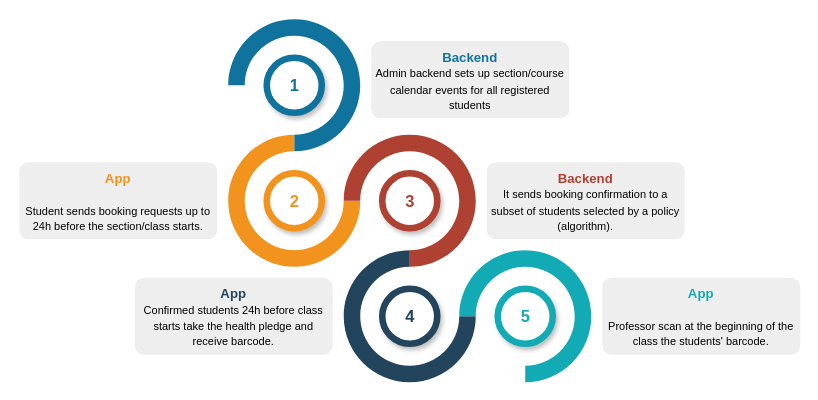
Before: page "flow" (2 of 2) of lectures/ai-systems/going-back-to-work/images/going-back-to-work.drawio in pantelis/aiml-common, a draw.io diagram. Source tidied: cells renumbered, new cells numbered last; positions are measured from the earlier drawing's top-left corner, leaving out a move shared by most shapes. Both pictures are drawn from the tidied source at 110%, with x=0, y=0 at pixel (19, 19).
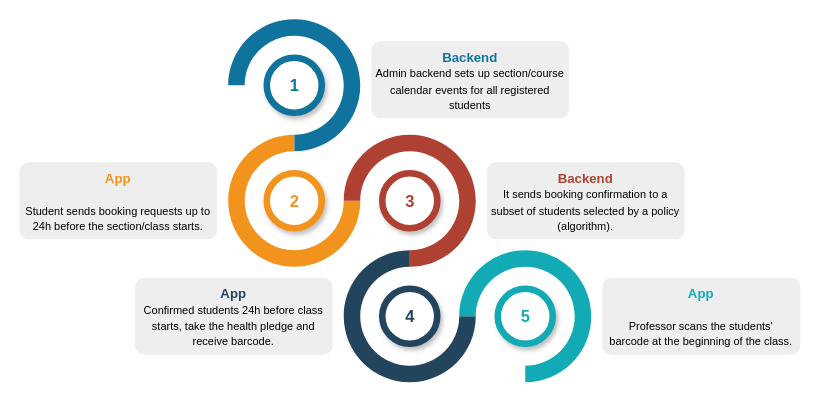
After the change.

Diff of the diagram source:
```diff
@@
 <mxGraphModel>
   <root>
     <mxCell id="0" />
     <mxCell id="1" parent="0" />
     <mxCell id="2" style="verticalLabelPosition=bottom;verticalAlign=top;html=1;shape=mxgraph.basic.partConcEllipse;startAngle=0.75;endAngle=0.5;arcWidth=0.25;fillColor=#10739E;strokeColor=none;shadow=0;" parent="1" vertex="1">
       <mxGeometry x="190" width="120" height="120" as="geometry" />
     </mxCell>
     <mxCell id="3" style="verticalLabelPosition=bottom;verticalAlign=top;html=1;shape=mxgraph.basic.partConcEllipse;startAngle=0.25;endAngle=0;arcWidth=0.25;fillColor=#F2931E;strokeColor=none;shadow=0;" parent="1" vertex="1">
       <mxGeometry x="190" y="105" width="120" height="120" as="geometry" />
     </mxCell>
     <mxCell id="4" style="verticalLabelPosition=bottom;verticalAlign=top;html=1;shape=mxgraph.basic.partConcEllipse;startAngle=0.75;endAngle=0.5;arcWidth=0.25;fillColor=#AE4132;strokeColor=none;shadow=0;" parent="1" vertex="1">
       <mxGeometry x="295" y="105" width="120" height="120" as="geometry" />
     </mxCell>
     <mxCell id="5" style="verticalLabelPosition=bottom;verticalAlign=top;html=1;shape=mxgraph.basic.partConcEllipse;startAngle=0.25;endAngle=0;arcWidth=0.25;fillColor=#23445D;strokeColor=none;shadow=0;" parent="1" vertex="1">
       <mxGeometry x="295" y="210" width="120" height="120" as="geometry" />
     </mxCell>
     <mxCell id="6" style="verticalLabelPosition=bottom;verticalAlign=top;html=1;shape=mxgraph.basic.partConcEllipse;startAngle=0.75;endAngle=0.5;arcWidth=0.25;fillColor=#12AAB5;strokeColor=none;shadow=0;" parent="1" vertex="1">
       <mxGeometry x="400" y="210" width="120" height="120" as="geometry" />
     </mxCell>
     <mxCell id="7" value="1" style="shape=ellipse;strokeWidth=6;strokeColor=#10739E;fontSize=15;html=1;fontStyle=1;fontColor=#10739E;shadow=1;" parent="1" vertex="1">
       <mxGeometry x="225" y="35" width="50" height="50" as="geometry" />
     </mxCell>
     <mxCell id="8" value="2" style="shape=ellipse;strokeWidth=6;strokeColor=#F2931E;fontSize=15;html=1;fontStyle=1;fontColor=#F2931E;shadow=1;" parent="1" vertex="1">
       <mxGeometry x="225" y="140" width="50" height="50" as="geometry" />
     </mxCell>
     <mxCell id="9" value="3" style="shape=ellipse;strokeWidth=6;strokeColor=#AE4132;fontSize=15;html=1;fontStyle=1;fontColor=#AE4132;shadow=1;" parent="1" vertex="1">
       <mxGeometry x="330" y="140" width="50" height="50" as="geometry" />
     </mxCell>
     <mxCell id="10" value="4" style="shape=ellipse;strokeWidth=6;strokeColor=#23445D;fontSize=15;html=1;fontStyle=1;fontColor=#23445D;shadow=1;" parent="1" vertex="1">
       <mxGeometry x="330" y="245" width="50" height="50" as="geometry" />
     </mxCell>
     <mxCell id="11" value="5" style="shape=ellipse;strokeWidth=6;strokeColor=#12AAB5;fontSize=15;html=1;fontStyle=1;fontColor=#12AAB5;shadow=1;" parent="1" vertex="1">
       <mxGeometry x="435" y="245" width="50" height="50" as="geometry" />
     </mxCell>
     <mxCell id="12" value="&lt;font style=&quot;font-size: 10px&quot;&gt;&lt;font style=&quot;font-size: 12px&quot; color=&quot;#10739E&quot;&gt;&lt;b&gt;Backend&lt;/b&gt;&lt;/font&gt;&lt;br&gt;&lt;font size=&quot;1&quot;&gt;Admin backend sets up section/course calendar events for all registered students&lt;/font&gt;&lt;/font&gt;" style="rounded=1;strokeColor=none;fillColor=#EEEEEE;align=center;arcSize=12;verticalAlign=top;whiteSpace=wrap;html=1;fontSize=12;spacing=3;shadow=0;" parent="1" vertex="1">
       <mxGeometry x="320" y="20" width="180" height="70" as="geometry" />
     </mxCell>
     <mxCell id="13" value="&lt;font&gt;&lt;font style=&quot;font-size: 12px&quot; color=&quot;#F2931E&quot;&gt;&lt;b&gt;App&lt;/b&gt;&lt;/font&gt;&lt;br&gt;&lt;br&gt;&lt;span style=&quot;font-size: 10px&quot;&gt;Student sends booking requests up to 24h before the section/class starts.&lt;/span&gt;&lt;br&gt;&lt;/font&gt;" style="rounded=1;strokeColor=none;fillColor=#EEEEEE;align=center;arcSize=12;verticalAlign=top;whiteSpace=wrap;html=1;fontSize=12;spacing=3;shadow=0;" parent="1" vertex="1">
       <mxGeometry y="130" width="180" height="70" as="geometry" />
     </mxCell>
     <mxCell id="14" value="&lt;font&gt;&lt;font style=&quot;font-size: 12px&quot; color=&quot;#AE4132&quot;&gt;&lt;b&gt;Backend&lt;/b&gt;&lt;/font&gt;&lt;br&gt;&lt;span style=&quot;font-size: 10px&quot;&gt;It sends booking confirmation to a subset of students selected by a policy (algorithm).&lt;/span&gt;&lt;br&gt;&lt;/font&gt;" style="rounded=1;strokeColor=none;fillColor=#EEEEEE;align=center;arcSize=12;verticalAlign=top;whiteSpace=wrap;html=1;fontSize=12;spacing=3;shadow=0;" parent="1" vertex="1">
       <mxGeometry x="425" y="130" width="180" height="70" as="geometry" />
     </mxCell>
-    <mxCell id="15" value="&lt;font&gt;&lt;font style=&quot;font-size: 12px&quot; color=&quot;#23445D&quot;&gt;&lt;b&gt;App&lt;/b&gt;&lt;/font&gt;&lt;br&gt;&lt;font size=&quot;1&quot;&gt;Confirmed students 24h before class starts take the health pledge and receive barcode.&lt;/font&gt;&lt;br&gt;&lt;/font&gt;" style="rounded=1;strokeColor=none;fillColor=#EEEEEE;align=center;arcSize=12;verticalAlign=top;whiteSpace=wrap;html=1;fontSize=12;spacing=3;shadow=0;" parent="1" vertex="1">
+    <mxCell id="15" value="&lt;font&gt;&lt;font style=&quot;font-size: 12px&quot; color=&quot;#23445D&quot;&gt;&lt;b&gt;App&lt;/b&gt;&lt;/font&gt;&lt;br&gt;&lt;font size=&quot;1&quot;&gt;Confirmed students 24h before class starts, take the health pledge and receive barcode.&lt;/font&gt;&lt;br&gt;&lt;/font&gt;" style="rounded=1;strokeColor=none;fillColor=#EEEEEE;align=center;arcSize=12;verticalAlign=top;whiteSpace=wrap;html=1;fontSize=12;spacing=3;shadow=0;" parent="1" vertex="1">
       <mxGeometry x="105" y="235" width="180" height="70" as="geometry" />
     </mxCell>
-    <mxCell id="16" value="&lt;font&gt;&lt;font color=&quot;#12aab5&quot;&gt;&lt;b&gt;App&lt;/b&gt;&lt;/font&gt;&lt;br&gt;&lt;br&gt;&lt;font size=&quot;1&quot;&gt;Professor scan at the beginning of the class the students' barcode.&lt;/font&gt;&lt;br&gt;&lt;/font&gt;" style="rounded=1;strokeColor=none;fillColor=#EEEEEE;align=center;arcSize=12;verticalAlign=top;whiteSpace=wrap;html=1;fontSize=12;spacing=3;shadow=0;" parent="1" vertex="1">
+    <mxCell id="16" value="&lt;font&gt;&lt;font color=&quot;#12aab5&quot;&gt;&lt;b&gt;App&lt;/b&gt;&lt;/font&gt;&lt;br&gt;&lt;br&gt;&lt;font size=&quot;1&quot;&gt;Professor scans the students' barcode&amp;nbsp;&lt;/font&gt;&lt;span style=&quot;font-size: x-small&quot;&gt;at the beginning of the class.&lt;/span&gt;&lt;br&gt;&lt;/font&gt;" style="rounded=1;strokeColor=none;fillColor=#EEEEEE;align=center;arcSize=12;verticalAlign=top;whiteSpace=wrap;html=1;fontSize=12;spacing=3;shadow=0;" parent="1" vertex="1">
       <mxGeometry x="530" y="235" width="180" height="70" as="geometry" />
     </mxCell>
   </root>
 </mxGraphModel>
```
